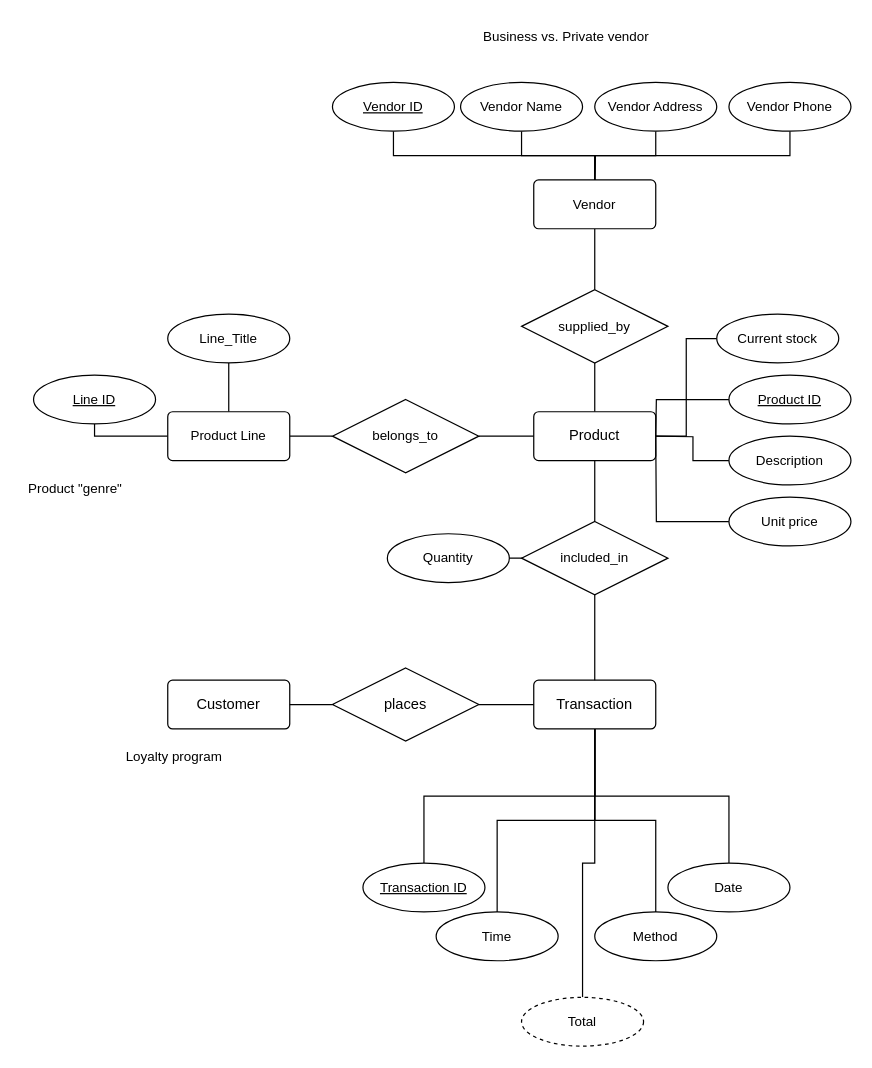
Above: Scotts_Bar_2_ERD.drawio in vincentgruse/ScottsBar2 (draw.io), before the change. Source tidied: cells renumbered, new cells numbered last; positions are measured from the earlier drawing's top-left corner, leaving out a move shared by most shapes. Both pictures are drawn from the tidied source at 122%, with x=0, y=0 at pixel (21, 21).
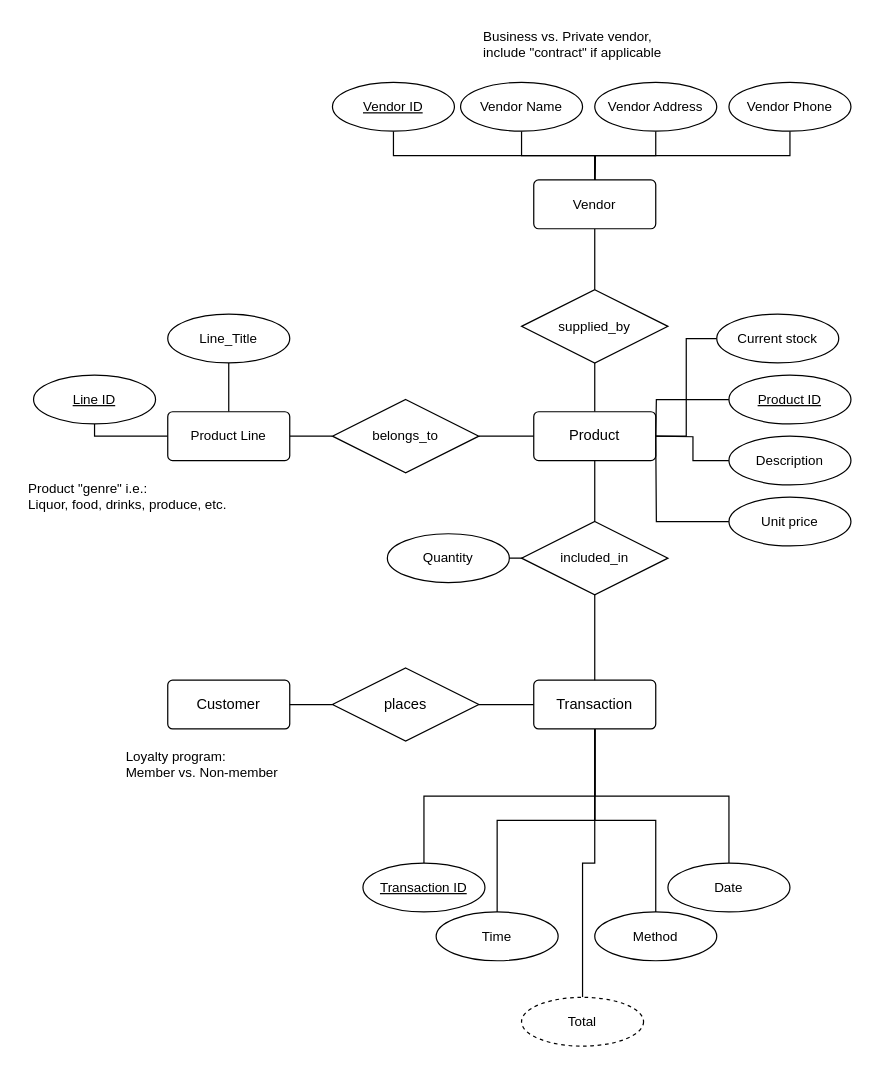
The same page after the edit.

What changed in the source:
```diff
@@
-    <mxCell id="44" value="Business vs. Private vendor" style="text;strokeColor=none;fillColor=none;spacingLeft=4;spacingRight=4;overflow=hidden;fontSize=11;whiteSpace=wrap;html=1;fontFamily=Helvetica;fontColor=default;labelBackgroundColor=default;" parent="1" vertex="1">
+    <mxCell id="44" value="Business vs. Private vendor, include &quot;contract&quot; if applicable" style="text;strokeColor=none;fillColor=none;spacingLeft=4;spacingRight=4;overflow=hidden;fontSize=11;whiteSpace=wrap;html=1;fontFamily=Helvetica;fontColor=default;labelBackgroundColor=default;" parent="1" vertex="1">
       <mxGeometry x="372.5" width="175" height="30" as="geometry" />
     </mxCell>
-    <mxCell id="45" value="Product &quot;genre&quot;" style="text;strokeColor=none;fillColor=none;spacingLeft=4;spacingRight=4;overflow=hidden;fontSize=11;whiteSpace=wrap;html=1;fontFamily=Helvetica;fontColor=default;labelBackgroundColor=default;" parent="1" vertex="1">
+    <mxCell id="45" value="Product &quot;genre&quot; i.e.:&lt;br&gt;Liquor, food, drinks, produce, etc." style="text;strokeColor=none;fillColor=none;spacingLeft=4;spacingRight=4;overflow=hidden;fontSize=11;whiteSpace=wrap;html=1;fontFamily=Helvetica;fontColor=default;labelBackgroundColor=default;" parent="1" vertex="1">
       <mxGeometry y="370" width="175" height="30" as="geometry" />
     </mxCell>
-    <mxCell id="46" value="Loyalty program" style="text;strokeColor=none;fillColor=none;spacingLeft=4;spacingRight=4;overflow=hidden;fontSize=11;whiteSpace=wrap;html=1;fontFamily=Helvetica;fontColor=default;labelBackgroundColor=default;" parent="1" vertex="1">
+    <mxCell id="46" value="Loyalty program:&lt;br&gt;Member vs. Non-member" style="text;strokeColor=none;fillColor=none;spacingLeft=4;spacingRight=4;overflow=hidden;fontSize=11;whiteSpace=wrap;html=1;fontFamily=Helvetica;fontColor=default;labelBackgroundColor=default;" parent="1" vertex="1">
       <mxGeometry x="80" y="590" width="175" height="30" as="geometry" />
     </mxCell>
```
